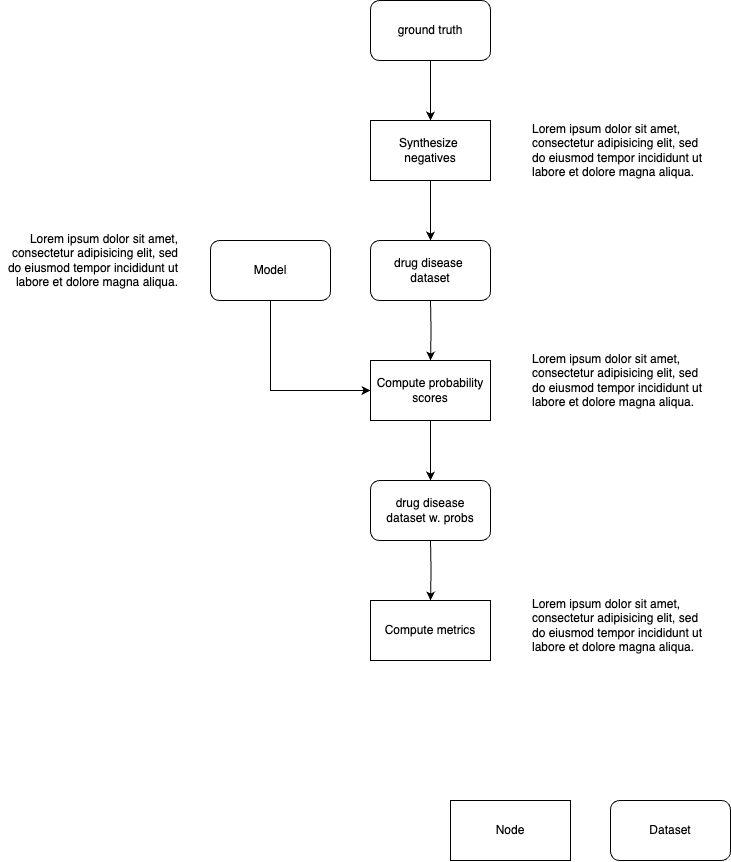
Above: docs/src/assets/img/evaluation.drawio.png in everycure-org/matrix (draw.io), before the change. Source tidied: cells renumbered, new cells last; positions are measured from the earlier drawing's top-left corner, leaving out a move shared by most shapes.
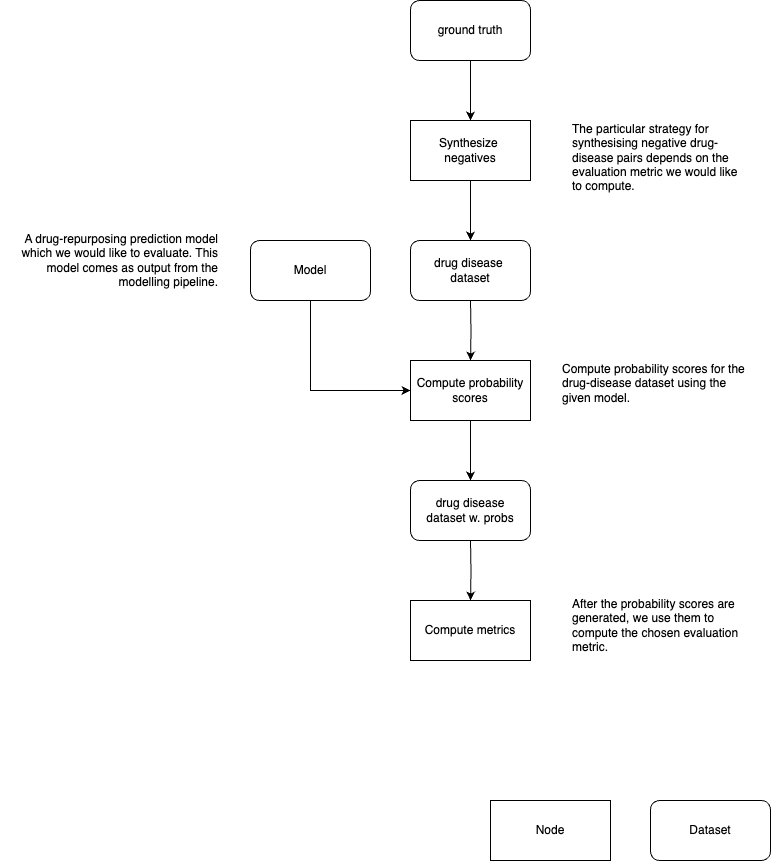
Later version of the same file.

Commit message:
update evaluation onboarding docs

The edit, as a diff of the source:
```diff
@@ -40,14 +40,14 @@
     <mxCell id="13" value="Model" style="rounded=1;whiteSpace=wrap;html=1;" parent="1" vertex="1">
       <mxGeometry x="210" y="240" width="120" height="60" as="geometry" />
     </mxCell>
-    <mxCell id="14" value="&lt;h1 style=&quot;margin-top: 0px;&quot;&gt;&lt;br&gt;&lt;/h1&gt;&lt;p&gt;Lorem ipsum dolor sit amet, consectetur adipisicing elit, sed do eiusmod tempor incididunt ut labore et dolore magna aliqua.&lt;/p&gt;" style="text;html=1;whiteSpace=wrap;overflow=hidden;rounded=0;" parent="1" vertex="1">
-      <mxGeometry x="530" y="70" width="180" height="120" as="geometry" />
+    <mxCell id="14" value="&lt;h1 style=&quot;margin-top: 0px;&quot;&gt;&lt;br&gt;&lt;/h1&gt;&lt;div&gt;The particular strategy for synthesising negative drug-disease pairs depends on the evaluation metric we would like to compute.&amp;nbsp;&lt;/div&gt;" style="text;html=1;whiteSpace=wrap;overflow=hidden;rounded=0;" parent="1" vertex="1">
+      <mxGeometry x="530" y="70" width="180" height="150" as="geometry" />
     </mxCell>
-    <mxCell id="15" value="&lt;h1 style=&quot;margin-top: 0px;&quot;&gt;&lt;br&gt;&lt;/h1&gt;&lt;p&gt;Lorem ipsum dolor sit amet, consectetur adipisicing elit, sed do eiusmod tempor incididunt ut labore et dolore magna aliqua.&lt;/p&gt;" style="text;html=1;whiteSpace=wrap;overflow=hidden;rounded=0;" parent="1" vertex="1">
-      <mxGeometry x="530" y="300" width="180" height="120" as="geometry" />
+    <mxCell id="15" value="&lt;h1 style=&quot;margin-top: 0px;&quot;&gt;&lt;br&gt;&lt;/h1&gt;&lt;div&gt;Compute probability scores for the drug-disease dataset using the given model.&lt;/div&gt;" style="text;html=1;whiteSpace=wrap;overflow=hidden;rounded=0;" parent="1" vertex="1">
+      <mxGeometry x="520" y="310" width="190" height="120" as="geometry" />
     </mxCell>
-    <mxCell id="16" value="&lt;h1 style=&quot;margin-top: 0px;&quot;&gt;&lt;br&gt;&lt;/h1&gt;&lt;p&gt;Lorem ipsum dolor sit amet, consectetur adipisicing elit, sed do eiusmod tempor incididunt ut labore et dolore magna aliqua.&lt;/p&gt;" style="text;html=1;whiteSpace=wrap;overflow=hidden;rounded=0;align=right;" parent="1" vertex="1">
-      <mxGeometry y="180" width="180" height="120" as="geometry" />
+    <mxCell id="16" value="&lt;h1 style=&quot;margin-top: 0px;&quot;&gt;&lt;br&gt;&lt;/h1&gt;&lt;div&gt;A drug-repurposing prediction model which we would like to evaluate. This model comes as output from the modelling pipeline.&lt;/div&gt;" style="text;html=1;whiteSpace=wrap;overflow=hidden;rounded=0;align=right;" parent="1" vertex="1">
+      <mxGeometry x="-40" y="180" width="220" height="120" as="geometry" />
     </mxCell>
     <mxCell id="17" value="drug disease&lt;div&gt;dataset w. probs&lt;/div&gt;" style="rounded=1;whiteSpace=wrap;html=1;" parent="1" vertex="1">
       <mxGeometry x="370" y="480" width="120" height="60" as="geometry" />
@@ -60,7 +60,7 @@
         <mxPoint x="430" y="540" as="sourcePoint" />
       </mxGeometry>
     </mxCell>
-    <mxCell id="20" value="&lt;h1 style=&quot;margin-top: 0px;&quot;&gt;&lt;br&gt;&lt;/h1&gt;&lt;p&gt;Lorem ipsum dolor sit amet, consectetur adipisicing elit, sed do eiusmod tempor incididunt ut labore et dolore magna aliqua.&lt;/p&gt;" style="text;html=1;whiteSpace=wrap;overflow=hidden;rounded=0;" parent="1" vertex="1">
+    <mxCell id="20" value="&lt;h1 style=&quot;margin-top: 0px;&quot;&gt;&lt;br&gt;&lt;/h1&gt;&lt;div&gt;After the probability scores are generated, we use them to compute the chosen evaluation metric.&lt;/div&gt;" style="text;html=1;whiteSpace=wrap;overflow=hidden;rounded=0;" parent="1" vertex="1">
       <mxGeometry x="530" y="545" width="180" height="120" as="geometry" />
     </mxCell>
   </root>
```
